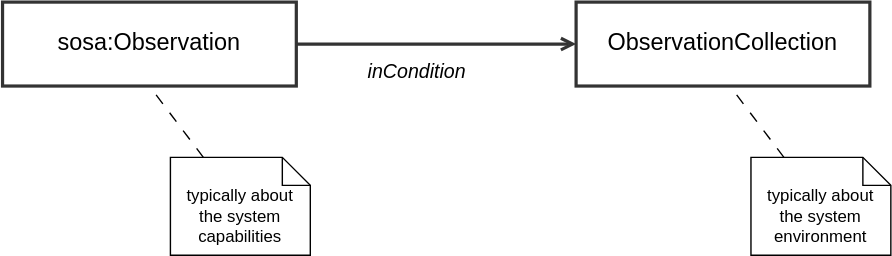
Earlier version of the draw.io export ssn/images/SSNSystem-observation-conditions.svg (afeliachi/sdw-sosa-ssn). Source tidied: cells renumbered, new cells last; positions are measured from the earlier drawing's top-left corner, leaving out a move shared by most shapes. The source it was exported from:
```xml
<mxGraphModel>
  <root>
    <mxCell id="0" />
    <mxCell id="1" parent="0" />
    <mxCell id="2" value="ObservationCollection" style="html=1;overflow=block;blockSpacing=1;whiteSpace=wrap;fontSize=16.8;align=center;spacing=0;strokeColor=#333333;fillColor=none;strokeWidth=2.3;" parent="1" vertex="1">
      <mxGeometry x="410" width="210" height="60" as="geometry" />
    </mxCell>
    <mxCell id="3" value="inCondition" style="edgeStyle=orthogonalEdgeStyle;shape=connector;rounded=1;jettySize=auto;html=1;exitX=1;exitY=0.5;exitDx=0;exitDy=0;entryX=0;entryY=0.5;entryDx=0;entryDy=0;labelBackgroundColor=default;strokeColor=#333333;strokeWidth=2.3;align=center;verticalAlign=middle;fontFamily=Helvetica;fontSize=14;fontColor=default;startArrow=none;endArrow=open;fontStyle=2;" parent="1" edge="1" source="4" target="2">
      <mxGeometry x="-0.14" y="-20" relative="1" as="geometry">
        <Array as="points">
          <mxPoint x="350" y="30" />
          <mxPoint x="350" y="30" />
        </Array>
      </mxGeometry>
    </mxCell>
    <mxCell id="4" value="sosa:Observation" style="html=1;overflow=block;blockSpacing=1;whiteSpace=wrap;fontSize=16.8;align=center;spacing=0;strokeColor=#333333;fillColor=none;strokeWidth=2.3;" parent="1" vertex="1">
      <mxGeometry width="210" height="60" as="geometry" />
    </mxCell>
    <mxCell id="5" style="rounded=0;jettySize=auto;html=1;entryX=0.5;entryY=1;entryDx=0;entryDy=0;dashed=1;dashPattern=8 8;endArrow=none;endFill=0;" parent="1" edge="1" source="6">
      <mxGeometry relative="1" as="geometry">
        <mxPoint x="105" y="60" as="targetPoint" />
      </mxGeometry>
    </mxCell>
    <mxCell id="6" value="&lt;br&gt;typically about&lt;br&gt;the system capabilities" style="shape=note;size=20;whiteSpace=wrap;html=1;" parent="1" vertex="1">
      <mxGeometry x="120" y="111" width="100" height="70" as="geometry" />
    </mxCell>
    <mxCell id="7" style="rounded=0;jettySize=auto;html=1;entryX=0.5;entryY=1;entryDx=0;entryDy=0;dashed=1;dashPattern=8 8;endArrow=none;endFill=0;" parent="1" edge="1" source="8">
      <mxGeometry relative="1" as="geometry">
        <mxPoint x="520" y="60" as="targetPoint" />
      </mxGeometry>
    </mxCell>
    <mxCell id="8" value="&lt;br&gt;typically about&lt;br&gt;the system environment" style="shape=note;size=20;whiteSpace=wrap;html=1;" parent="1" vertex="1">
      <mxGeometry x="535" y="111" width="100" height="70" as="geometry" />
    </mxCell>
  </root>
</mxGraphModel>
```
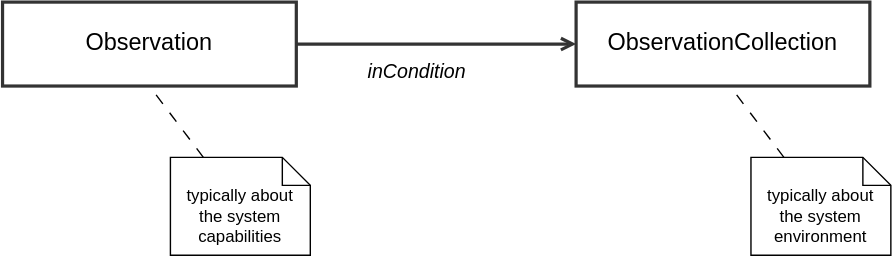
Above is the later version.

Change to the diagram source:
```diff
@@ -13,7 +13,7 @@
         </Array>
       </mxGeometry>
     </mxCell>
-    <mxCell id="4" value="sosa:Observation" style="html=1;overflow=block;blockSpacing=1;whiteSpace=wrap;fontSize=16.8;align=center;spacing=0;strokeColor=#333333;fillColor=none;strokeWidth=2.3;" parent="1" vertex="1">
+    <mxCell id="4" value="Observation" style="html=1;overflow=block;blockSpacing=1;whiteSpace=wrap;fontSize=16.8;align=center;spacing=0;strokeColor=#333333;fillColor=none;strokeWidth=2.3;" parent="1" vertex="1">
       <mxGeometry width="210" height="60" as="geometry" />
     </mxCell>
     <mxCell id="5" style="rounded=0;jettySize=auto;html=1;entryX=0.5;entryY=1;entryDx=0;entryDy=0;dashed=1;dashPattern=8 8;endArrow=none;endFill=0;" parent="1" edge="1" source="6">
```
